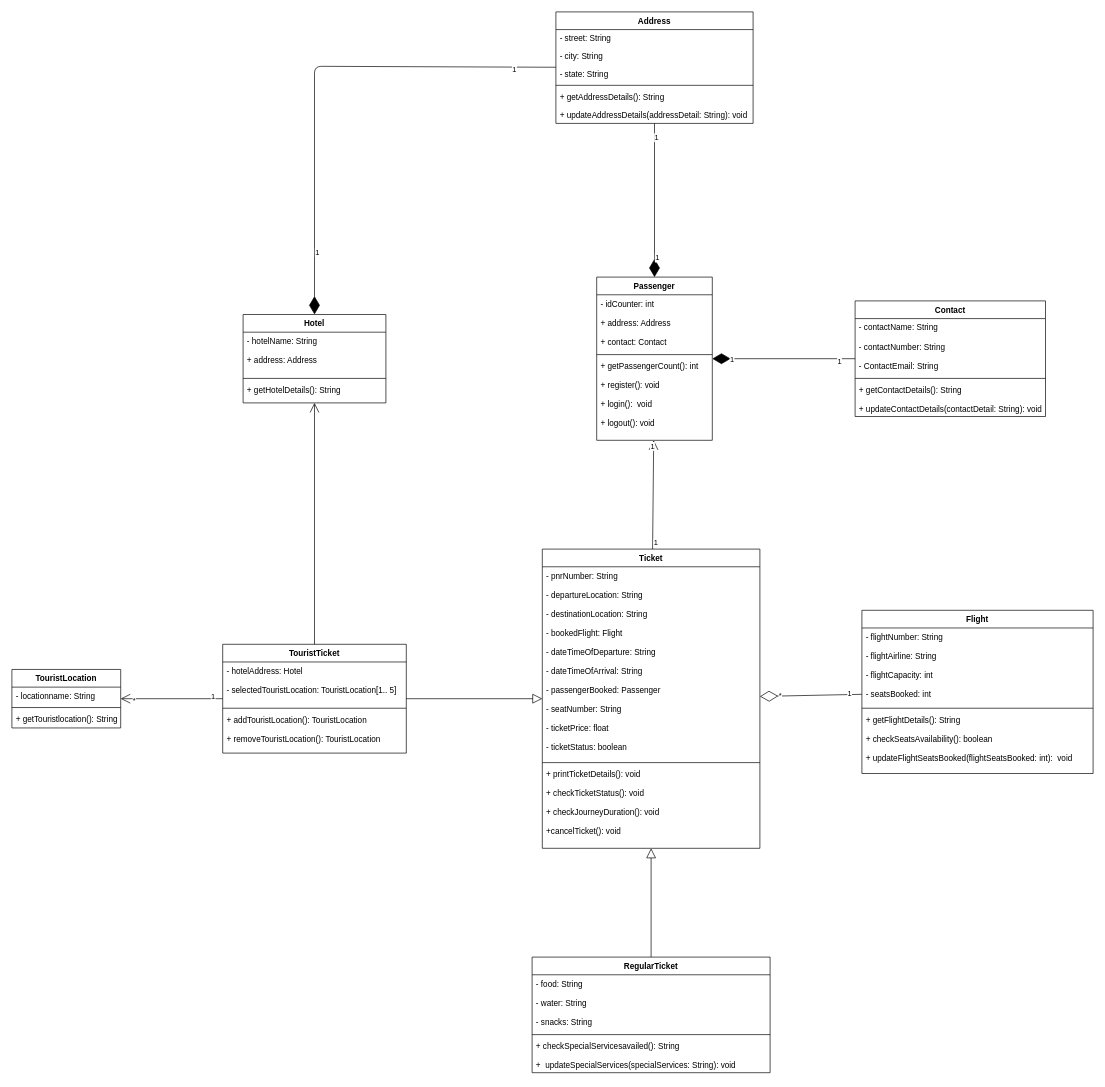
Before: Flight Reservation System Requirement.drawio in Krish1120/Flightreservationsystem, a draw.io diagram. Source tidied: cells renumbered, new cells numbered last; positions are measured from the earlier drawing's top-left corner, leaving out a move shared by most shapes. Both pictures are drawn from the tidied source at 68%, with x=0, y=0 at pixel (12, 12).
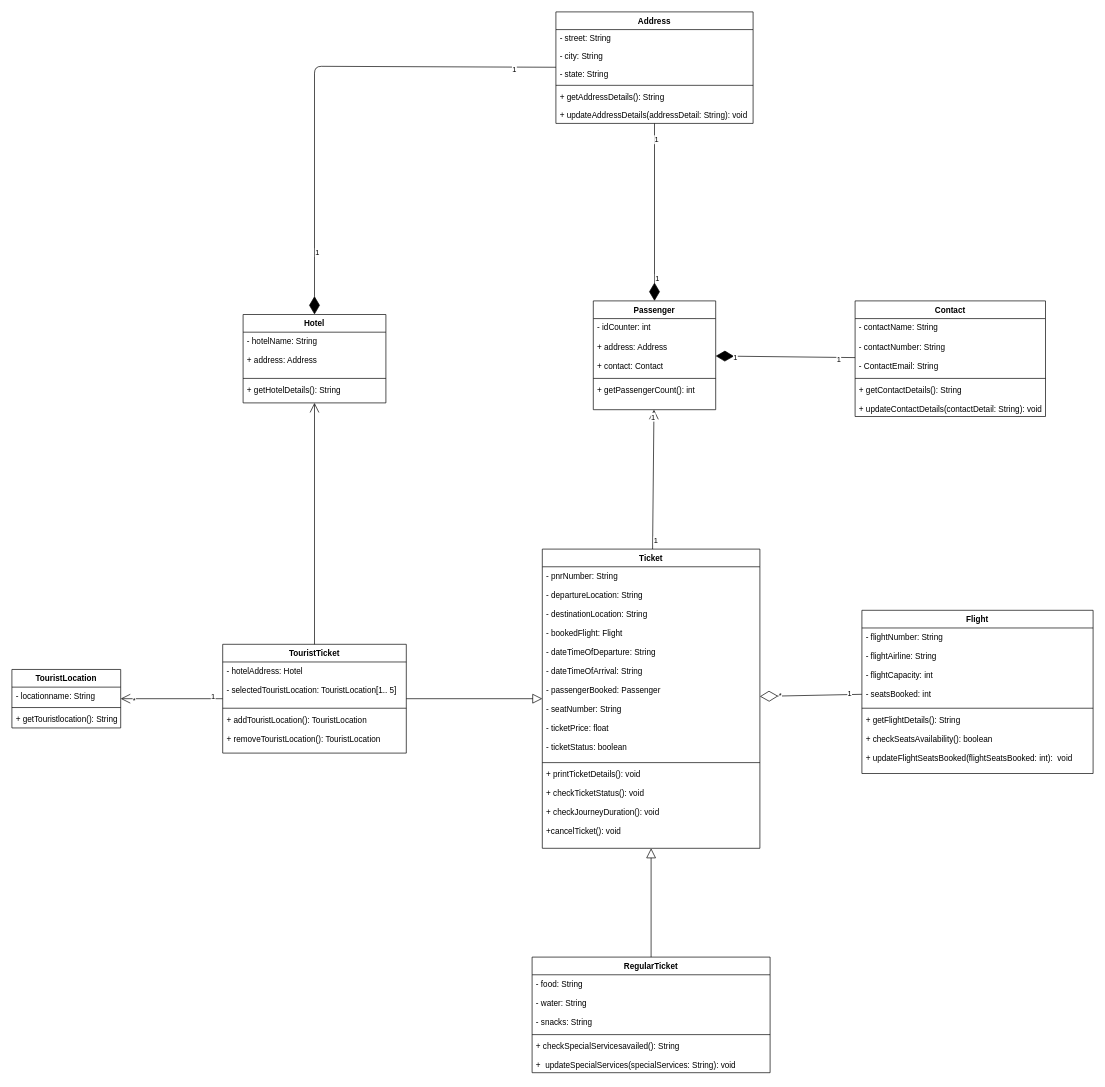
Above is the later version.

Diff of the diagram source:
```diff
@@
     <mxCell id="27" value="Passenger" style="swimlane;fontStyle=1;align=center;verticalAlign=top;horizontal=1;startSize=26;" parent="1" vertex="1">
-      <mxGeometry x="860" y="390" width="170" height="240" as="geometry" />
+      <mxGeometry x="855" y="425" width="180" height="160" as="geometry" />
     </mxCell>
     <mxCell id="28" value="- idCounter: int&#10;&#10;+ address: Address&#10;&#10;+ contact: Contact" style="text;strokeColor=none;fillColor=none;align=left;verticalAlign=top;spacingLeft=4;spacingRight=4;overflow=hidden;" parent="27" vertex="1">
-      <mxGeometry y="26" width="170" height="84" as="geometry" />
+      <mxGeometry y="26" width="180" height="84" as="geometry" />
     </mxCell>
     <mxCell id="29" style="line;strokeWidth=1;fillColor=none;align=left;verticalAlign=middle;spacingTop=-1;spacingLeft=3;spacingRight=3;labelPosition=right;" parent="27" vertex="1">
-      <mxGeometry y="110" width="170" height="8" as="geometry" />
+      <mxGeometry y="110" width="180" height="8" as="geometry" />
     </mxCell>
-    <mxCell id="30" value="+ getPassengerCount(): int&#10;&#10;+ register(): void&#10;&#10;+ login():  void&#10;&#10;+ logout(): void&#10;" style="text;strokeColor=none;fillColor=none;align=left;verticalAlign=top;spacingLeft=4;spacingRight=4;overflow=hidden;" parent="27" vertex="1">
-      <mxGeometry y="118" width="170" height="122" as="geometry" />
+    <mxCell id="30" value="+ getPassengerCount(): int&#10;&#10;" style="text;strokeColor=none;fillColor=none;align=left;verticalAlign=top;spacingLeft=4;spacingRight=4;overflow=hidden;" parent="27" vertex="1">
+      <mxGeometry y="118" width="180" height="42" as="geometry" />
     </mxCell>
```
